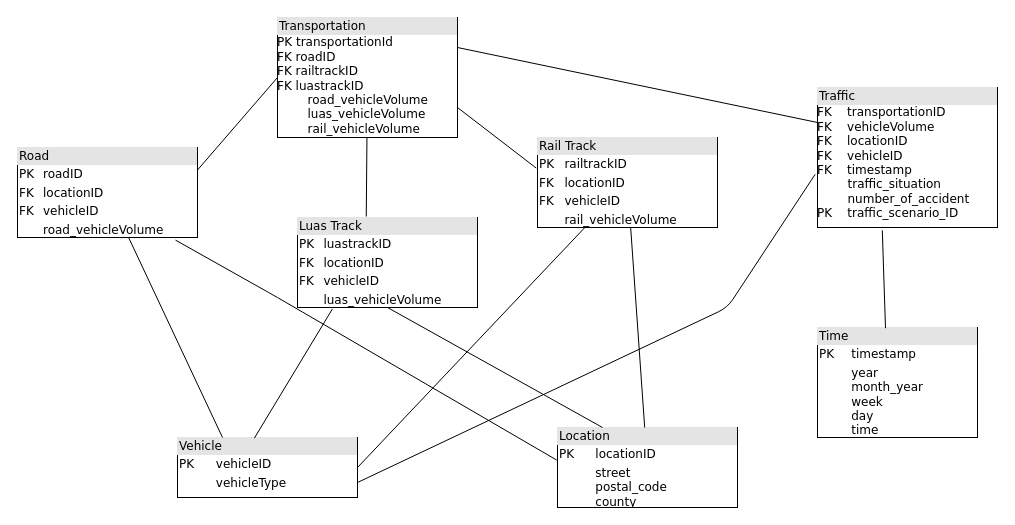
Before: Traffic Monitoring System.drawio in Rasika-Deodhar/Xor-Springboard2017-Assignments, a draw.io diagram. Source tidied: cells renumbered, new cells numbered last; positions are measured from the earlier drawing's top-left corner, leaving out a move shared by most shapes. Both pictures are drawn from the tidied source at 100%, with x=0, y=0 at pixel (17, 17).
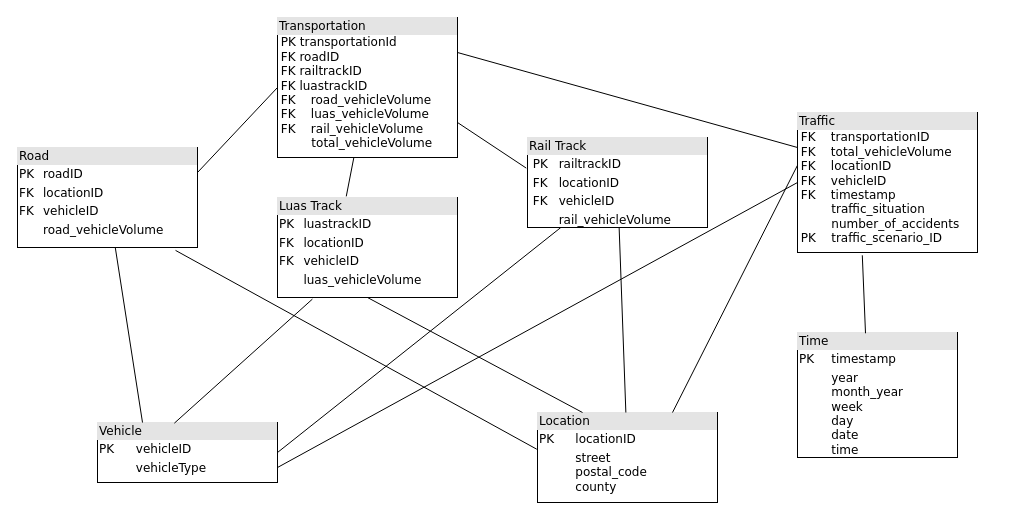
After the change.

What changed in the source:
```diff
@@
-    <mxCell id="2" value="&lt;div style=&quot;box-sizing: border-box ; width: 100% ; background: #e4e4e4 ; padding: 2px&quot;&gt;Transportation&lt;/div&gt;&lt;div&gt;PK&lt;span style=&quot;white-space: pre&quot;&gt; &lt;/span&gt;transportationId&lt;/div&gt;&lt;div&gt;FK&lt;span style=&quot;white-space: pre&quot;&gt; &lt;/span&gt;roadID&lt;/div&gt;&lt;div&gt;FK&lt;span style=&quot;white-space: pre&quot;&gt; &lt;/span&gt;railtrackID&lt;/div&gt;&lt;div&gt;FK&lt;span style=&quot;white-space: pre&quot;&gt; &lt;/span&gt;luastrackID&lt;/div&gt;&lt;div&gt;&amp;nbsp; &amp;nbsp; &amp;nbsp; &amp;nbsp; road_vehicleVolume&lt;/div&gt;&lt;div&gt;&amp;nbsp; &amp;nbsp; &amp;nbsp; &amp;nbsp; luas_vehicleVolume&lt;/div&gt;&lt;div&gt;&amp;nbsp; &amp;nbsp; &amp;nbsp; &amp;nbsp; rail_vehicleVolume&lt;/div&gt;" style="verticalAlign=top;align=left;overflow=fill;html=1;rounded=0;shadow=0;comic=0;labelBackgroundColor=none;strokeWidth=1;fontFamily=Verdana;fontSize=12;" parent="1" vertex="1">
-      <mxGeometry x="260" width="180" height="120" as="geometry" />
+    <mxCell id="2" value="&lt;div style=&quot;box-sizing: border-box ; width: 100% ; background: #e4e4e4 ; padding: 2px&quot;&gt;Transportation&lt;/div&gt;&lt;div&gt;&amp;nbsp;PK&lt;span style=&quot;white-space: pre&quot;&gt; &lt;/span&gt;transportationId&lt;/div&gt;&lt;div&gt;&amp;nbsp;FK&lt;span style=&quot;white-space: pre&quot;&gt; &lt;/span&gt;roadID&lt;/div&gt;&lt;div&gt;&amp;nbsp;FK&lt;span style=&quot;white-space: pre&quot;&gt; &lt;/span&gt;railtrackID&lt;/div&gt;&lt;div&gt;&amp;nbsp;FK&lt;span style=&quot;white-space: pre&quot;&gt; &lt;/span&gt;luastrackID&lt;/div&gt;&lt;div&gt;&amp;nbsp;FK&amp;nbsp; &amp;nbsp; road_vehicleVolume&lt;/div&gt;&lt;div&gt;&amp;nbsp;FK&amp;nbsp; &amp;nbsp; luas_vehicleVolume&lt;/div&gt;&lt;div&gt;&amp;nbsp;FK&amp;nbsp; &amp;nbsp; rail_vehicleVolume&lt;/div&gt;&lt;div&gt;&amp;nbsp; &amp;nbsp; &amp;nbsp; &amp;nbsp; &amp;nbsp;total_vehicleVolume&lt;/div&gt;" style="verticalAlign=top;align=left;overflow=fill;html=1;rounded=0;shadow=0;comic=0;labelBackgroundColor=none;strokeWidth=1;fontFamily=Verdana;fontSize=12;" parent="1" vertex="1">
+      <mxGeometry x="260" width="180" height="140" as="geometry" />
     </mxCell>
     <mxCell id="3" value="&lt;div style=&quot;box-sizing: border-box ; width: 100% ; background: #e4e4e4 ; padding: 2px&quot;&gt;Road&lt;/div&gt;&lt;table style=&quot;width: 100% ; font-size: 1em&quot; cellpadding=&quot;2&quot; cellspacing=&quot;0&quot;&gt;&lt;tbody&gt;&lt;tr&gt;&lt;td&gt;PK&lt;/td&gt;&lt;td&gt;roadID&lt;/td&gt;&lt;/tr&gt;&lt;tr&gt;&lt;td&gt;FK&lt;/td&gt;&lt;td&gt;locationID&lt;/td&gt;&lt;/tr&gt;&lt;tr&gt;&lt;td&gt;FK&lt;/td&gt;&lt;td&gt;vehicleID&lt;/td&gt;&lt;/tr&gt;&lt;tr&gt;&lt;td&gt;&amp;nbsp;&lt;/td&gt;&lt;td&gt;road_vehicleVolume&lt;/td&gt;&lt;/tr&gt;&lt;/tbody&gt;&lt;/table&gt;" style="verticalAlign=top;align=left;overflow=fill;html=1;rounded=0;shadow=0;comic=0;labelBackgroundColor=none;strokeWidth=1;fontFamily=Verdana;fontSize=12;" parent="1" vertex="1">
-      <mxGeometry y="130" width="180" height="90" as="geometry" />
+      <mxGeometry y="130" width="180" height="100" as="geometry" />
     </mxCell>
     <mxCell id="4" value="&lt;div style=&quot;box-sizing: border-box ; width: 100% ; background: #e4e4e4 ; padding: 2px&quot;&gt;Luas Track&lt;/div&gt;&lt;table style=&quot;width: 100% ; font-size: 1em&quot; cellpadding=&quot;2&quot; cellspacing=&quot;0&quot;&gt;&lt;tbody&gt;&lt;tr&gt;&lt;td&gt;PK&lt;/td&gt;&lt;td&gt;luastrackID&lt;/td&gt;&lt;/tr&gt;&lt;tr&gt;&lt;td&gt;FK&lt;/td&gt;&lt;td&gt;locationID&lt;/td&gt;&lt;/tr&gt;&lt;tr&gt;&lt;td&gt;FK&lt;/td&gt;&lt;td&gt;vehicleID&lt;/td&gt;&lt;/tr&gt;&lt;tr&gt;&lt;td&gt;&amp;nbsp;&amp;nbsp;&lt;/td&gt;&lt;td&gt;luas_vehicleVolume&lt;/td&gt;&lt;/tr&gt;&lt;/tbody&gt;&lt;/table&gt;" style="verticalAlign=top;align=left;overflow=fill;html=1;rounded=0;shadow=0;comic=0;labelBackgroundColor=none;strokeWidth=1;fontFamily=Verdana;fontSize=12;" parent="1" vertex="1">
-      <mxGeometry x="280" y="200" width="180" height="90" as="geometry" />
+      <mxGeometry x="260" y="180" width="180" height="100" as="geometry" />
     </mxCell>
-    <mxCell id="5" value="&lt;div style=&quot;box-sizing: border-box ; width: 100% ; background: #e4e4e4 ; padding: 2px&quot;&gt;Rail Track&lt;/div&gt;&lt;table style=&quot;width: 100% ; font-size: 1em&quot; cellpadding=&quot;2&quot; cellspacing=&quot;0&quot;&gt;&lt;tbody&gt;&lt;tr&gt;&lt;td&gt;PK&lt;/td&gt;&lt;td&gt;railtrackID&lt;/td&gt;&lt;/tr&gt;&lt;tr&gt;&lt;td&gt;FK&lt;/td&gt;&lt;td&gt;locationID&lt;/td&gt;&lt;/tr&gt;&lt;tr&gt;&lt;td&gt;FK&lt;/td&gt;&lt;td&gt;vehicleID&lt;/td&gt;&lt;/tr&gt;&lt;tr&gt;&lt;td&gt;&lt;br&gt;&lt;/td&gt;&lt;td&gt;rail_vehicleVolume&lt;/td&gt;&lt;/tr&gt;&lt;/tbody&gt;&lt;/table&gt;" style="verticalAlign=top;align=left;overflow=fill;html=1;rounded=0;shadow=0;comic=0;labelBackgroundColor=none;strokeWidth=1;fontFamily=Verdana;fontSize=12;" parent="1" vertex="1">
-      <mxGeometry x="520" y="120" width="180" height="90" as="geometry" />
+    <mxCell id="5" value="&lt;div style=&quot;box-sizing: border-box ; width: 100% ; background: #e4e4e4 ; padding: 2px&quot;&gt;Rail Track&lt;/div&gt;&lt;table style=&quot;width: 100% ; font-size: 1em&quot; cellpadding=&quot;2&quot; cellspacing=&quot;0&quot;&gt;&lt;tbody&gt;&lt;tr&gt;&lt;td&gt;&amp;nbsp;PK&lt;/td&gt;&lt;td&gt;railtrackID&lt;/td&gt;&lt;/tr&gt;&lt;tr&gt;&lt;td&gt;&amp;nbsp;FK&lt;/td&gt;&lt;td&gt;locationID&lt;/td&gt;&lt;/tr&gt;&lt;tr&gt;&lt;td&gt;&amp;nbsp;FK&lt;/td&gt;&lt;td&gt;vehicleID&lt;/td&gt;&lt;/tr&gt;&lt;tr&gt;&lt;td&gt;&lt;br&gt;&lt;/td&gt;&lt;td&gt;rail_vehicleVolume&lt;/td&gt;&lt;/tr&gt;&lt;/tbody&gt;&lt;/table&gt;" style="verticalAlign=top;align=left;overflow=fill;html=1;rounded=0;shadow=0;comic=0;labelBackgroundColor=none;strokeWidth=1;fontFamily=Verdana;fontSize=12;" parent="1" vertex="1">
+      <mxGeometry x="510" y="120" width="180" height="90" as="geometry" />
     </mxCell>
@@
     <mxCell id="9" value="&lt;div style=&quot;box-sizing: border-box ; width: 100% ; background: #e4e4e4 ; padding: 2px&quot;&gt;Vehicle&lt;/div&gt;&lt;table style=&quot;width: 100% ; font-size: 1em&quot; cellpadding=&quot;2&quot; cellspacing=&quot;0&quot;&gt;&lt;tbody&gt;&lt;tr&gt;&lt;td&gt;PK&lt;/td&gt;&lt;td&gt;vehicleID&lt;/td&gt;&lt;/tr&gt;&lt;tr&gt;&lt;td&gt;&lt;br&gt;&lt;/td&gt;&lt;td&gt;vehicleType&lt;/td&gt;&lt;/tr&gt;&lt;tr&gt;&lt;td&gt;&lt;/td&gt;&lt;td&gt;&lt;/td&gt;&lt;/tr&gt;&lt;/tbody&gt;&lt;/table&gt;" style="verticalAlign=top;align=left;overflow=fill;html=1;rounded=0;shadow=0;comic=0;labelBackgroundColor=none;strokeWidth=1;fontFamily=Verdana;fontSize=12;" parent="1" vertex="1">
-      <mxGeometry x="160" y="420" width="180" height="60" as="geometry" />
+      <mxGeometry x="80" y="405" width="180" height="60" as="geometry" />
     </mxCell>
@@
     <mxCell id="11" value="&lt;div style=&quot;box-sizing: border-box ; width: 100% ; background: #e4e4e4 ; padding: 2px&quot;&gt;Location&lt;/div&gt;&lt;table style=&quot;width: 100% ; font-size: 1em&quot; cellpadding=&quot;2&quot; cellspacing=&quot;0&quot;&gt;&lt;tbody&gt;&lt;tr&gt;&lt;td&gt;PK&lt;/td&gt;&lt;td&gt;locationID&lt;/td&gt;&lt;/tr&gt;&lt;tr&gt;&lt;td&gt;&lt;br&gt;&lt;/td&gt;&lt;td&gt;street&lt;br&gt;postal_code&lt;br&gt;county&lt;/td&gt;&lt;/tr&gt;&lt;tr&gt;&lt;td&gt;&lt;/td&gt;&lt;td&gt;&lt;/td&gt;&lt;/tr&gt;&lt;/tbody&gt;&lt;/table&gt;" style="verticalAlign=top;align=left;overflow=fill;html=1;rounded=0;shadow=0;comic=0;labelBackgroundColor=none;strokeWidth=1;fontFamily=Verdana;fontSize=12;" parent="1" vertex="1">
-      <mxGeometry x="540" y="410" width="180" height="80" as="geometry" />
+      <mxGeometry x="520" y="395" width="180" height="90" as="geometry" />
     </mxCell>
@@
     <mxCell id="16" style="endArrow=none;html=1;entryX=-0.004;entryY=0.408;entryDx=0;entryDy=0;exitX=0.878;exitY=1.029;exitDx=0;exitDy=0;entryPerimeter=0;exitPerimeter=0;" parent="1" edge="1" source="3" target="11">
-      <mxGeometry relative="1" as="geometry">
-        <Array as="points">
-          <mxPoint x="260" y="280" />
-        </Array>
-      </mxGeometry>
+      <mxGeometry relative="1" as="geometry" />
     </mxCell>
@@
-    <mxCell id="18" value="&lt;div style=&quot;box-sizing: border-box ; width: 100% ; background: #e4e4e4 ; padding: 2px&quot;&gt;Time&lt;/div&gt;&lt;table style=&quot;width: 100% ; font-size: 1em&quot; cellpadding=&quot;2&quot; cellspacing=&quot;0&quot;&gt;&lt;tbody&gt;&lt;tr&gt;&lt;td&gt;PK&lt;/td&gt;&lt;td&gt;timestamp&lt;/td&gt;&lt;/tr&gt;&lt;tr&gt;&lt;td&gt;&lt;br&gt;&lt;/td&gt;&lt;td&gt;year&lt;br&gt;month_year&lt;br&gt;week&lt;br&gt;day&lt;br&gt;time&lt;/td&gt;&lt;/tr&gt;&lt;tr&gt;&lt;td&gt;&lt;/td&gt;&lt;td&gt;&lt;/td&gt;&lt;/tr&gt;&lt;/tbody&gt;&lt;/table&gt;" style="verticalAlign=top;align=left;overflow=fill;html=1;rounded=0;shadow=0;comic=0;labelBackgroundColor=none;strokeWidth=1;fontFamily=Verdana;fontSize=12;" parent="1" vertex="1">
-      <mxGeometry x="800" y="310" width="160" height="110" as="geometry" />
+    <mxCell id="18" value="&lt;div style=&quot;box-sizing: border-box ; width: 100% ; background: #e4e4e4 ; padding: 2px&quot;&gt;Time&lt;/div&gt;&lt;table style=&quot;width: 100% ; font-size: 1em&quot; cellpadding=&quot;2&quot; cellspacing=&quot;0&quot;&gt;&lt;tbody&gt;&lt;tr&gt;&lt;td&gt;PK&lt;/td&gt;&lt;td&gt;timestamp&lt;/td&gt;&lt;/tr&gt;&lt;tr&gt;&lt;td&gt;&lt;br&gt;&lt;/td&gt;&lt;td&gt;year&lt;br&gt;month_year&lt;br&gt;week&lt;br&gt;day&lt;br&gt;date&lt;br&gt;time&lt;/td&gt;&lt;/tr&gt;&lt;tr&gt;&lt;td&gt;&lt;/td&gt;&lt;td&gt;&lt;/td&gt;&lt;/tr&gt;&lt;/tbody&gt;&lt;/table&gt;" style="verticalAlign=top;align=left;overflow=fill;html=1;rounded=0;shadow=0;comic=0;labelBackgroundColor=none;strokeWidth=1;fontFamily=Verdana;fontSize=12;" parent="1" vertex="1">
+      <mxGeometry x="780" y="315" width="160" height="125" as="geometry" />
     </mxCell>
-    <mxCell id="19" value="&lt;div style=&quot;box-sizing: border-box ; width: 100% ; background: #e4e4e4 ; padding: 2px&quot;&gt;Traffic&lt;/div&gt;FK&amp;nbsp; &amp;nbsp; transportationID&lt;br&gt;FK&amp;nbsp; &amp;nbsp; vehicleVolume&lt;br&gt;FK&amp;nbsp; &amp;nbsp; locationID&lt;br&gt;FK&amp;nbsp; &amp;nbsp; vehicleID&lt;br&gt;FK&amp;nbsp; &amp;nbsp; timestamp&lt;br&gt;&amp;nbsp; &amp;nbsp; &amp;nbsp; &amp;nbsp; traffic_situation&lt;br&gt;&amp;nbsp; &amp;nbsp; &amp;nbsp; &amp;nbsp; number_of_accident&lt;br&gt;PK&amp;nbsp; &amp;nbsp; traffic_scenario_ID" style="verticalAlign=top;align=left;overflow=fill;html=1;rounded=0;shadow=0;comic=0;labelBackgroundColor=none;strokeWidth=1;fontFamily=Verdana;fontSize=12;" parent="1" vertex="1">
-      <mxGeometry x="800" y="70" width="180" height="140" as="geometry" />
+    <mxCell id="19" value="&lt;div style=&quot;box-sizing: border-box ; width: 100% ; background: #e4e4e4 ; padding: 2px&quot;&gt;Traffic&lt;/div&gt;&amp;nbsp;FK&amp;nbsp; &amp;nbsp; transportationID&lt;br&gt;&amp;nbsp;FK&amp;nbsp; &amp;nbsp; total_vehicleVolume&lt;br&gt;&amp;nbsp;FK&amp;nbsp; &amp;nbsp; locationID&lt;br&gt;&amp;nbsp;FK&amp;nbsp; &amp;nbsp; vehicleID&lt;br&gt;&amp;nbsp;FK&amp;nbsp; &amp;nbsp; timestamp&lt;br&gt;&amp;nbsp; &amp;nbsp; &amp;nbsp; &amp;nbsp; &amp;nbsp;traffic_situation&lt;br&gt;&amp;nbsp; &amp;nbsp; &amp;nbsp; &amp;nbsp; &amp;nbsp;number_of_accidents&lt;br&gt;&amp;nbsp;PK&amp;nbsp; &amp;nbsp; traffic_scenario_ID" style="verticalAlign=top;align=left;overflow=fill;html=1;rounded=0;shadow=0;comic=0;labelBackgroundColor=none;strokeWidth=1;fontFamily=Verdana;fontSize=12;" parent="1" vertex="1">
+      <mxGeometry x="780" y="95" width="180" height="140" as="geometry" />
     </mxCell>
@@
-    <mxCell id="21" style="endArrow=none;html=1;entryX=1;entryY=0.75;entryDx=0;entryDy=0;exitX=-0.013;exitY=0.62;exitDx=0;exitDy=0;exitPerimeter=0;" parent="1" edge="1" source="19" target="9">
+    <mxCell id="21" style="endArrow=none;html=1;entryX=1;entryY=0.75;entryDx=0;entryDy=0;" parent="1" edge="1" target="9">
       <mxGeometry relative="1" as="geometry">
-        <Array as="points">
-          <mxPoint x="710" y="290" />
-        </Array>
+        <mxPoint x="780" y="165" as="sourcePoint" />
       </mxGeometry>
     </mxCell>
@@
+    <mxCell id="23" style="endArrow=none;html=1;exitX=0.75;exitY=0;exitDx=0;exitDy=0;entryX=0;entryY=0.377;entryDx=0;entryDy=0;entryPerimeter=0;" parent="1" edge="1" source="11" target="19">
+      <mxGeometry relative="1" as="geometry" />
+    </mxCell>
```
